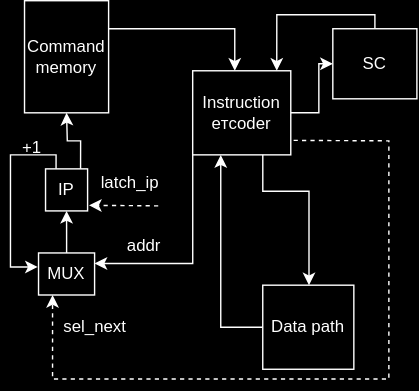
konstantiin/stack_processor keeps this draw.io diagram as control-unit.svg. Above is the earlier version. Source tidied: cells renumbered, new cells last; positions are measured from the earlier drawing's top-left corner, leaving out a move shared by most shapes. Its diagram source:
```xml
<mxGraphModel>
  <root>
    <mxCell id="0" />
    <mxCell id="1" parent="0" />
    <mxCell id="2" style="edgeStyle=orthogonalEdgeStyle;rounded=0;jettySize=auto;html=1;exitX=1;exitY=0.25;exitDx=0;exitDy=0;entryX=0.439;entryY=0.016;entryDx=0;entryDy=0;entryPerimeter=0;" parent="1" edge="1" source="3" target="6">
      <mxGeometry relative="1" as="geometry">
        <Array as="points">
          <mxPoint x="165" y="20" />
          <mxPoint x="165" y="50" />
          <mxPoint x="166" y="50" />
        </Array>
      </mxGeometry>
    </mxCell>
    <mxCell id="3" value="Command&lt;div&gt;memory&lt;/div&gt;" style="rounded=0;whiteSpace=wrap;html=1;" parent="1" vertex="1">
      <mxGeometry x="15" width="60" height="80" as="geometry" />
    </mxCell>
    <mxCell id="4" style="edgeStyle=orthogonalEdgeStyle;rounded=0;jettySize=auto;html=1;entryX=0;entryY=0.5;entryDx=0;entryDy=0;" parent="1" edge="1" source="6" target="19">
      <mxGeometry relative="1" as="geometry" />
    </mxCell>
    <mxCell id="5" style="edgeStyle=orthogonalEdgeStyle;rounded=0;jettySize=auto;html=1;entryX=1;entryY=0.25;entryDx=0;entryDy=0;" parent="1" edge="1" source="6" target="14">
      <mxGeometry relative="1" as="geometry">
        <Array as="points">
          <mxPoint x="135" y="188" />
        </Array>
      </mxGeometry>
    </mxCell>
    <mxCell id="6" value="Instruction eтcoder" style="rounded=0;whiteSpace=wrap;html=1;" parent="1" vertex="1">
      <mxGeometry x="135" y="50" width="70" height="60" as="geometry" />
    </mxCell>
    <mxCell id="7" style="edgeStyle=orthogonalEdgeStyle;rounded=0;jettySize=auto;html=1;" parent="1" edge="1" source="6" target="9">
      <mxGeometry relative="1" as="geometry">
        <Array as="points">
          <mxPoint x="185" y="136" />
          <mxPoint x="218" y="136" />
        </Array>
      </mxGeometry>
    </mxCell>
    <mxCell id="8" style="edgeStyle=orthogonalEdgeStyle;rounded=0;jettySize=auto;html=1;entryX=0.284;entryY=1.004;entryDx=0;entryDy=0;entryPerimeter=0;" parent="1" edge="1" source="9" target="6">
      <mxGeometry relative="1" as="geometry">
        <Array as="points">
          <mxPoint x="155" y="233" />
          <mxPoint x="155" y="110" />
        </Array>
      </mxGeometry>
    </mxCell>
    <mxCell id="9" value="Data path" style="rounded=0;whiteSpace=wrap;html=1;" parent="1" vertex="1">
      <mxGeometry x="185" y="203" width="65" height="60" as="geometry" />
    </mxCell>
    <mxCell id="10" style="edgeStyle=orthogonalEdgeStyle;rounded=0;jettySize=auto;html=1;exitX=0.25;exitY=0;exitDx=0;exitDy=0;entryX=-0.014;entryY=0.352;entryDx=0;entryDy=0;entryPerimeter=0;" parent="1" edge="1" source="11" target="14">
      <mxGeometry relative="1" as="geometry">
        <Array as="points">
          <mxPoint x="38" y="110" />
          <mxPoint x="5" y="110" />
          <mxPoint x="5" y="190" />
          <mxPoint x="24" y="190" />
        </Array>
      </mxGeometry>
    </mxCell>
    <mxCell id="11" value="IP" style="rounded=0;whiteSpace=wrap;html=1;" parent="1" vertex="1">
      <mxGeometry x="30" y="120" width="30" height="30" as="geometry" />
    </mxCell>
    <mxCell id="12" style="edgeStyle=orthogonalEdgeStyle;rounded=0;jettySize=auto;html=1;exitX=0.833;exitY=0;exitDx=0;exitDy=0;exitPerimeter=0;" parent="1" edge="1" source="11">
      <mxGeometry relative="1" as="geometry">
        <mxPoint x="45" y="80" as="targetPoint" />
      </mxGeometry>
    </mxCell>
    <mxCell id="13" style="edgeStyle=orthogonalEdgeStyle;rounded=0;jettySize=auto;html=1;entryX=0.5;entryY=1;entryDx=0;entryDy=0;" parent="1" edge="1" source="14" target="11">
      <mxGeometry relative="1" as="geometry" />
    </mxCell>
    <mxCell id="14" value="MUX" style="rounded=0;whiteSpace=wrap;html=1;" parent="1" vertex="1">
      <mxGeometry x="25" y="180" width="40" height="30" as="geometry" />
    </mxCell>
    <mxCell id="15" style="endArrow=classic;html=1;rounded=0;entryX=0.25;entryY=1;entryDx=0;entryDy=0;dashed=1;exitX=1.029;exitY=0.828;exitDx=0;exitDy=0;exitPerimeter=0;" parent="1" edge="1" source="6" target="14">
      <mxGeometry relative="1" as="geometry">
        <Array as="points">
          <mxPoint x="275" y="100" />
          <mxPoint x="275" y="270" />
          <mxPoint x="35" y="270" />
        </Array>
      </mxGeometry>
    </mxCell>
    <mxCell id="16" value="+1" style="text;html=1;align=center;verticalAlign=middle;strokeColor=none;fillColor=none;" parent="1" vertex="1">
      <mxGeometry y="90" width="40" height="30" as="geometry" />
    </mxCell>
    <mxCell id="17" value="sel_next" style="text;html=1;align=center;verticalAlign=middle;strokeColor=none;fillColor=none;" parent="1" vertex="1">
      <mxGeometry x="30" y="218" width="70" height="30" as="geometry" />
    </mxCell>
    <mxCell id="18" style="edgeStyle=orthogonalEdgeStyle;rounded=0;jettySize=auto;html=1;" parent="1" edge="1" source="19">
      <mxGeometry relative="1" as="geometry">
        <mxPoint x="195" y="50" as="targetPoint" />
        <Array as="points">
          <mxPoint x="265" y="10" />
          <mxPoint x="195" y="10" />
        </Array>
      </mxGeometry>
    </mxCell>
    <mxCell id="19" value="SC" style="rounded=0;whiteSpace=wrap;html=1;" parent="1" vertex="1">
      <mxGeometry x="235" y="20" width="60" height="50" as="geometry" />
    </mxCell>
    <mxCell id="20" value="addr" style="text;html=1;align=center;verticalAlign=middle;strokeColor=none;fillColor=none;" parent="1" vertex="1">
      <mxGeometry x="75" y="160" width="50" height="30" as="geometry" />
    </mxCell>
    <mxCell id="21" value="latch_ip" style="text;html=1;align=center;verticalAlign=middle;points=[];strokeColor=none;fillColor=none;" parent="1" vertex="1">
      <mxGeometry x="60" y="115" width="60" height="30" as="geometry" />
    </mxCell>
    <mxCell id="22" style="endArrow=classic;html=1;rounded=0;exitX=0.84;exitY=1.047;exitDx=0;exitDy=0;exitPerimeter=0;dashed=1;" parent="1" edge="1" source="21">
      <mxGeometry relative="1" as="geometry">
        <mxPoint x="61" y="146" as="targetPoint" />
      </mxGeometry>
    </mxCell>
  </root>
</mxGraphModel>
```
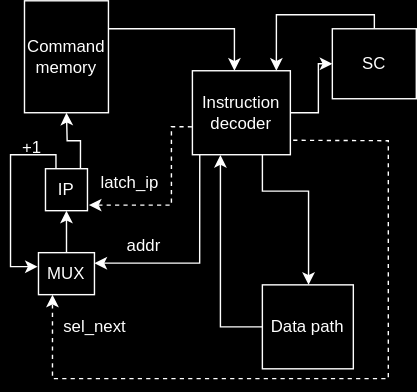
The same file after the commit.

The edit, as a diff of the source:
```diff
@@ -17,14 +17,14 @@
     <mxCell id="4" style="edgeStyle=orthogonalEdgeStyle;rounded=0;jettySize=auto;html=1;entryX=0;entryY=0.5;entryDx=0;entryDy=0;" parent="1" edge="1" source="6" target="19">
       <mxGeometry relative="1" as="geometry" />
     </mxCell>
-    <mxCell id="5" style="edgeStyle=orthogonalEdgeStyle;rounded=0;jettySize=auto;html=1;entryX=1;entryY=0.25;entryDx=0;entryDy=0;" parent="1" edge="1" source="6" target="14">
+    <mxCell id="5" style="edgeStyle=orthogonalEdgeStyle;rounded=0;jettySize=auto;html=1;entryX=1;entryY=0.25;entryDx=0;entryDy=0;exitX=0.075;exitY=0.989;exitDx=0;exitDy=0;exitPerimeter=0;" parent="1" edge="1" source="6" target="14">
       <mxGeometry relative="1" as="geometry">
         <Array as="points">
-          <mxPoint x="135" y="188" />
+          <mxPoint x="140" y="188" />
         </Array>
       </mxGeometry>
     </mxCell>
-    <mxCell id="6" value="Instruction eтcoder" style="rounded=0;whiteSpace=wrap;html=1;" parent="1" vertex="1">
+    <mxCell id="6" value="Instruction decoder" style="rounded=0;whiteSpace=wrap;html=1;" parent="1" vertex="1">
       <mxGeometry x="135" y="50" width="70" height="60" as="geometry" />
     </mxCell>
     <mxCell id="7" style="edgeStyle=orthogonalEdgeStyle;rounded=0;jettySize=auto;html=1;" parent="1" edge="1" source="6" target="9">
@@ -103,9 +103,13 @@
     <mxCell id="21" value="latch_ip" style="text;html=1;align=center;verticalAlign=middle;points=[];strokeColor=none;fillColor=none;" parent="1" vertex="1">
       <mxGeometry x="60" y="115" width="60" height="30" as="geometry" />
     </mxCell>
-    <mxCell id="22" style="endArrow=classic;html=1;rounded=0;exitX=0.84;exitY=1.047;exitDx=0;exitDy=0;exitPerimeter=0;dashed=1;" parent="1" edge="1" source="21">
+    <mxCell id="22" style="endArrow=classic;html=1;rounded=0;dashed=1;exitX=-0.004;exitY=0.668;exitDx=0;exitDy=0;exitPerimeter=0;" parent="1" edge="1" source="6">
       <mxGeometry relative="1" as="geometry">
         <mxPoint x="61" y="146" as="targetPoint" />
+        <Array as="points">
+          <mxPoint x="120" y="90" />
+          <mxPoint x="120" y="146" />
+        </Array>
       </mxGeometry>
     </mxCell>
   </root>
```
